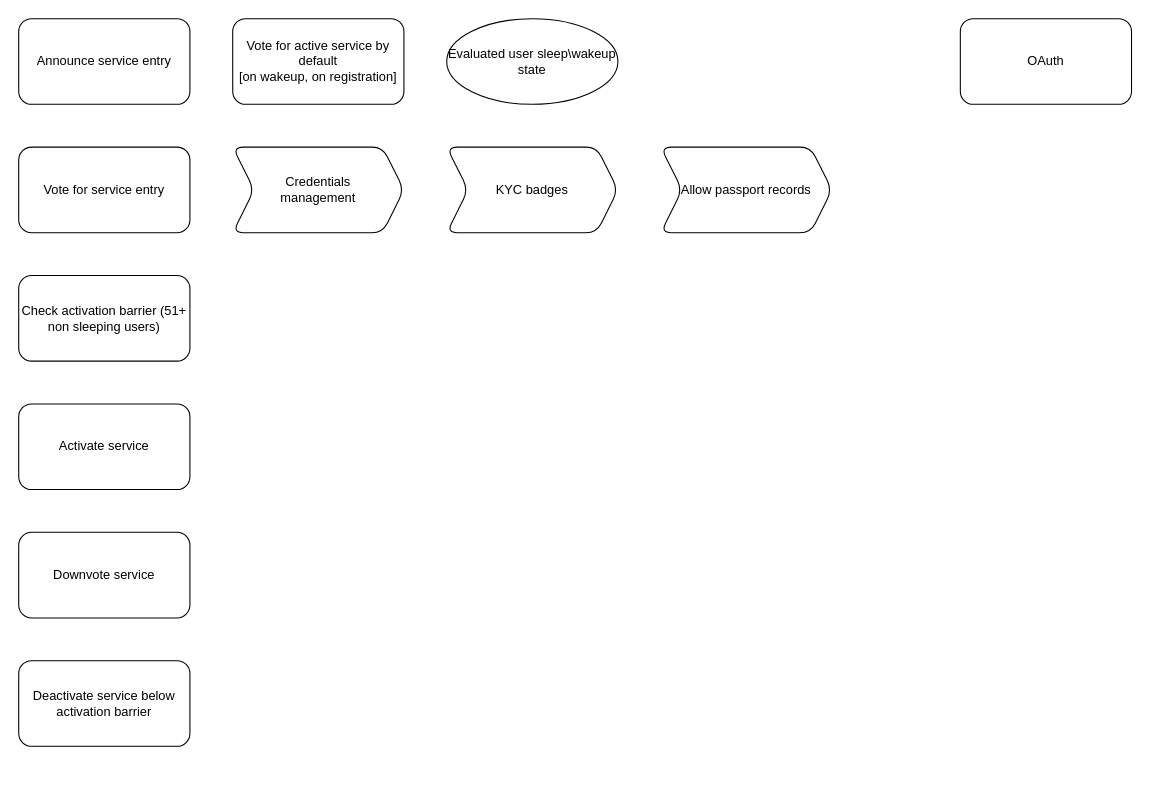
This is page "Public service API" (3 of 4) of architecture/crdesign.drawio from markvandal/ds.info, a draw.io file, before an edit. Source tidied: cells renumbered, new cells numbered last; positions are measured from the earlier drawing's top-left corner, leaving out a move shared by most shapes. Both pictures are drawn from the tidied source at 107%, with x=0, y=0 at pixel (18, 18).
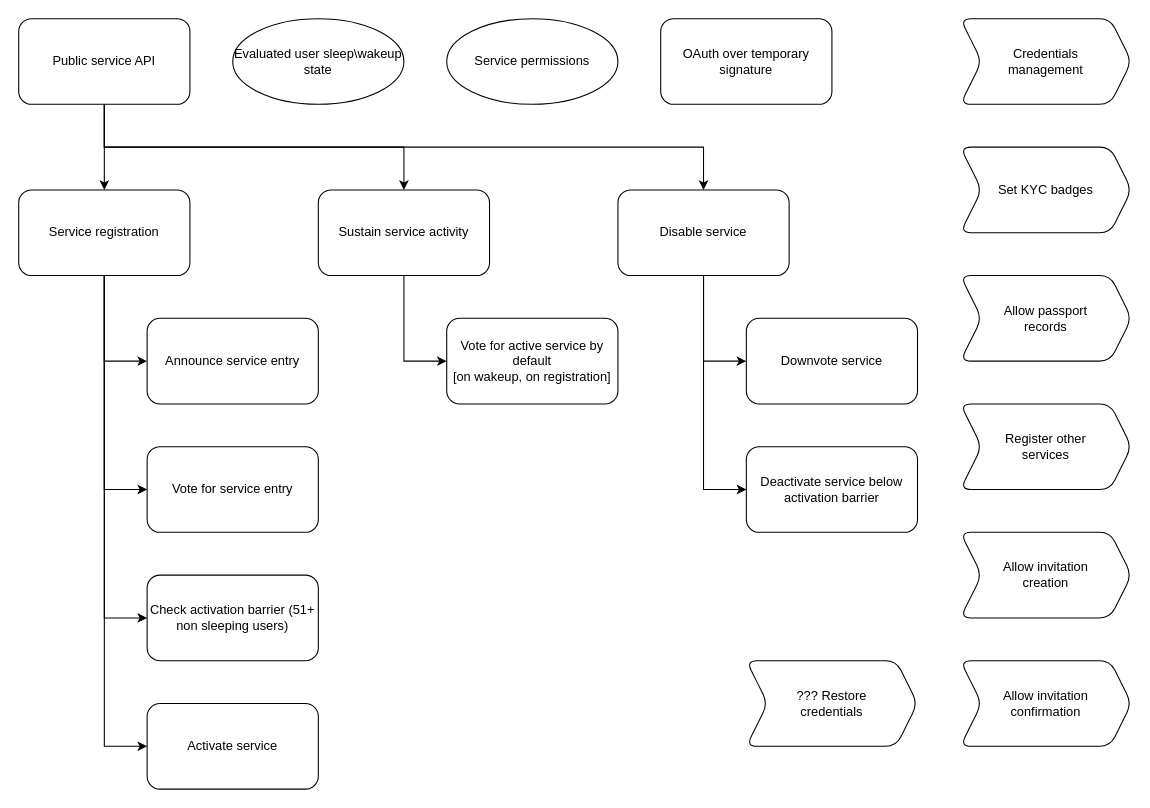
After the change.

Commit message (it also covers changes not shown here):
Added some permissions and score subsistem

Diff of the diagram source:
```diff
@@
     <mxCell id="2" value="Announce service entry" style="rounded=1;whiteSpace=wrap;html=1;" parent="1" vertex="1">
-      <mxGeometry width="160" height="80" as="geometry" />
+      <mxGeometry x="120" y="280" width="160" height="80" as="geometry" />
     </mxCell>
     <mxCell id="3" value="Vote for service entry" style="rounded=1;whiteSpace=wrap;html=1;" parent="1" vertex="1">
-      <mxGeometry y="120" width="160" height="80" as="geometry" />
+      <mxGeometry x="120" y="400" width="160" height="80" as="geometry" />
     </mxCell>
     <mxCell id="4" value="Check activation barrier (51+ non sleeping users)" style="rounded=1;whiteSpace=wrap;html=1;" parent="1" vertex="1">
-      <mxGeometry y="240" width="160" height="80" as="geometry" />
+      <mxGeometry x="120" y="520" width="160" height="80" as="geometry" />
     </mxCell>
     <mxCell id="5" value="Activate service" style="rounded=1;whiteSpace=wrap;html=1;" parent="1" vertex="1">
-      <mxGeometry y="360" width="160" height="80" as="geometry" />
+      <mxGeometry x="120" y="640" width="160" height="80" as="geometry" />
     </mxCell>
     <mxCell id="6" value="Vote for active service by default&lt;br&gt;[on wakeup, on registration]" style="rounded=1;whiteSpace=wrap;html=1;" parent="1" vertex="1">
-      <mxGeometry x="200" width="160" height="80" as="geometry" />
+      <mxGeometry x="400" y="280" width="160" height="80" as="geometry" />
     </mxCell>
     <mxCell id="7" value="Evaluated user sleep\wakeup state" style="ellipse;whiteSpace=wrap;html=1;rounded=1;" parent="1" vertex="1">
-      <mxGeometry x="400" width="160" height="80" as="geometry" />
+      <mxGeometry x="200" width="160" height="80" as="geometry" />
     </mxCell>
     <mxCell id="8" value="Downvote service" style="rounded=1;whiteSpace=wrap;html=1;" parent="1" vertex="1">
-      <mxGeometry y="480" width="160" height="80" as="geometry" />
+      <mxGeometry x="680" y="280" width="160" height="80" as="geometry" />
     </mxCell>
     <mxCell id="9" value="Deactivate service below activation barrier" style="rounded=1;whiteSpace=wrap;html=1;" parent="1" vertex="1">
-      <mxGeometry y="600" width="160" height="80" as="geometry" />
+      <mxGeometry x="680" y="400" width="160" height="80" as="geometry" />
     </mxCell>
     <mxCell id="10" value="Credentials&lt;br&gt;management" style="shape=step;perimeter=stepPerimeter;whiteSpace=wrap;html=1;fixedSize=1;rounded=1;" parent="1" vertex="1">
-      <mxGeometry x="200" y="120" width="160" height="80" as="geometry" />
+      <mxGeometry x="880" width="160" height="80" as="geometry" />
     </mxCell>
-    <mxCell id="11" value="KYC badges" style="shape=step;perimeter=stepPerimeter;whiteSpace=wrap;html=1;fixedSize=1;rounded=1;" parent="1" vertex="1">
-      <mxGeometry x="400" y="120" width="160" height="80" as="geometry" />
+    <mxCell id="11" value="Set KYC badges" style="shape=step;perimeter=stepPerimeter;whiteSpace=wrap;html=1;fixedSize=1;rounded=1;" parent="1" vertex="1">
+      <mxGeometry x="880" y="120" width="160" height="80" as="geometry" />
     </mxCell>
-    <mxCell id="12" value="Allow passport records" style="shape=step;perimeter=stepPerimeter;whiteSpace=wrap;html=1;fixedSize=1;rounded=1;" parent="1" vertex="1">
-      <mxGeometry x="600" y="120" width="160" height="80" as="geometry" />
+    <mxCell id="12" value="Allow passport&lt;br&gt;records" style="shape=step;perimeter=stepPerimeter;whiteSpace=wrap;html=1;fixedSize=1;rounded=1;" parent="1" vertex="1">
+      <mxGeometry x="880" y="240" width="160" height="80" as="geometry" />
     </mxCell>
-    <mxCell id="13" value="OAuth" style="rounded=1;whiteSpace=wrap;html=1;" parent="1" vertex="1">
-      <mxGeometry x="880" width="160" height="80" as="geometry" />
+    <mxCell id="13" value="OAuth over temporary signature" style="rounded=1;whiteSpace=wrap;html=1;" parent="1" vertex="1">
+      <mxGeometry x="600" width="160" height="80" as="geometry" />
     </mxCell>
+    <mxCell id="14" value="Register other &lt;br&gt;services" style="shape=step;perimeter=stepPerimeter;whiteSpace=wrap;html=1;fixedSize=1;rounded=1;" parent="1" vertex="1">
+      <mxGeometry x="880" y="360" width="160" height="80" as="geometry" />
+    </mxCell>
+    <mxCell id="15" style="edgeStyle=orthogonalEdgeStyle;rounded=0;jettySize=auto;html=1;exitX=0.5;exitY=1;exitDx=0;exitDy=0;entryX=0;entryY=0.5;entryDx=0;entryDy=0;" parent="1" edge="1" source="19" target="2">
+      <mxGeometry relative="1" as="geometry" />
+    </mxCell>
+    <mxCell id="16" style="edgeStyle=orthogonalEdgeStyle;rounded=0;jettySize=auto;html=1;exitX=0.5;exitY=1;exitDx=0;exitDy=0;entryX=0;entryY=0.5;entryDx=0;entryDy=0;" parent="1" edge="1" source="19" target="3">
+      <mxGeometry relative="1" as="geometry" />
+    </mxCell>
+    <mxCell id="17" style="edgeStyle=orthogonalEdgeStyle;rounded=0;jettySize=auto;html=1;exitX=0.5;exitY=1;exitDx=0;exitDy=0;entryX=0;entryY=0.5;entryDx=0;entryDy=0;" parent="1" edge="1" source="19" target="4">
+      <mxGeometry relative="1" as="geometry" />
+    </mxCell>
+    <mxCell id="18" style="edgeStyle=orthogonalEdgeStyle;rounded=0;jettySize=auto;html=1;exitX=0.5;exitY=1;exitDx=0;exitDy=0;entryX=0;entryY=0.5;entryDx=0;entryDy=0;" parent="1" edge="1" source="19" target="5">
+      <mxGeometry relative="1" as="geometry" />
+    </mxCell>
+    <mxCell id="19" value="Service registration" style="rounded=1;whiteSpace=wrap;html=1;" parent="1" vertex="1">
+      <mxGeometry y="160" width="160" height="80" as="geometry" />
+    </mxCell>
+    <mxCell id="20" style="edgeStyle=orthogonalEdgeStyle;rounded=0;jettySize=auto;html=1;exitX=0.5;exitY=1;exitDx=0;exitDy=0;" parent="1" edge="1" source="23" target="19">
+      <mxGeometry relative="1" as="geometry" />
+    </mxCell>
+    <mxCell id="21" style="edgeStyle=orthogonalEdgeStyle;rounded=0;jettySize=auto;html=1;exitX=0.5;exitY=1;exitDx=0;exitDy=0;entryX=0.5;entryY=0;entryDx=0;entryDy=0;" parent="1" edge="1" source="23" target="25">
+      <mxGeometry relative="1" as="geometry" />
+    </mxCell>
+    <mxCell id="22" style="edgeStyle=orthogonalEdgeStyle;rounded=0;jettySize=auto;html=1;exitX=0.5;exitY=1;exitDx=0;exitDy=0;" parent="1" edge="1" source="23" target="28">
+      <mxGeometry relative="1" as="geometry" />
+    </mxCell>
+    <mxCell id="23" value="Public service API" style="rounded=1;whiteSpace=wrap;html=1;" parent="1" vertex="1">
+      <mxGeometry width="160" height="80" as="geometry" />
+    </mxCell>
+    <mxCell id="24" style="edgeStyle=orthogonalEdgeStyle;rounded=0;jettySize=auto;html=1;exitX=0.5;exitY=1;exitDx=0;exitDy=0;entryX=0;entryY=0.5;entryDx=0;entryDy=0;" parent="1" edge="1" source="25" target="6">
+      <mxGeometry relative="1" as="geometry" />
+    </mxCell>
+    <mxCell id="25" value="Sustain service activity" style="rounded=1;whiteSpace=wrap;html=1;" parent="1" vertex="1">
+      <mxGeometry x="280" y="160" width="160" height="80" as="geometry" />
+    </mxCell>
+    <mxCell id="26" style="edgeStyle=orthogonalEdgeStyle;rounded=0;jettySize=auto;html=1;exitX=0.5;exitY=1;exitDx=0;exitDy=0;entryX=0;entryY=0.5;entryDx=0;entryDy=0;" parent="1" edge="1" source="28" target="8">
+      <mxGeometry relative="1" as="geometry" />
+    </mxCell>
+    <mxCell id="27" style="edgeStyle=orthogonalEdgeStyle;rounded=0;jettySize=auto;html=1;exitX=0.5;exitY=1;exitDx=0;exitDy=0;entryX=0;entryY=0.5;entryDx=0;entryDy=0;" parent="1" edge="1" source="28" target="9">
+      <mxGeometry relative="1" as="geometry" />
+    </mxCell>
+    <mxCell id="28" value="Disable service" style="rounded=1;whiteSpace=wrap;html=1;" parent="1" vertex="1">
+      <mxGeometry x="560" y="160" width="160" height="80" as="geometry" />
+    </mxCell>
+    <mxCell id="29" value="Service permissions" style="ellipse;whiteSpace=wrap;html=1;rounded=1;" parent="1" vertex="1">
+      <mxGeometry x="400" width="160" height="80" as="geometry" />
+    </mxCell>
+    <mxCell id="30" value="Allow invitation &lt;br&gt;creation" style="shape=step;perimeter=stepPerimeter;whiteSpace=wrap;html=1;fixedSize=1;rounded=1;" parent="1" vertex="1">
+      <mxGeometry x="880" y="480" width="160" height="80" as="geometry" />
+    </mxCell>
+    <mxCell id="31" value="Allow invitation &lt;br&gt;confirmation" style="shape=step;perimeter=stepPerimeter;whiteSpace=wrap;html=1;fixedSize=1;rounded=1;" parent="1" vertex="1">
+      <mxGeometry x="880" y="600" width="160" height="80" as="geometry" />
+    </mxCell>
+    <mxCell id="32" value="??? Restore&lt;br&gt;credentials" style="shape=step;perimeter=stepPerimeter;whiteSpace=wrap;html=1;fixedSize=1;rounded=1;" parent="1" vertex="1">
+      <mxGeometry x="680" y="600" width="160" height="80" as="geometry" />
+    </mxCell>
```
